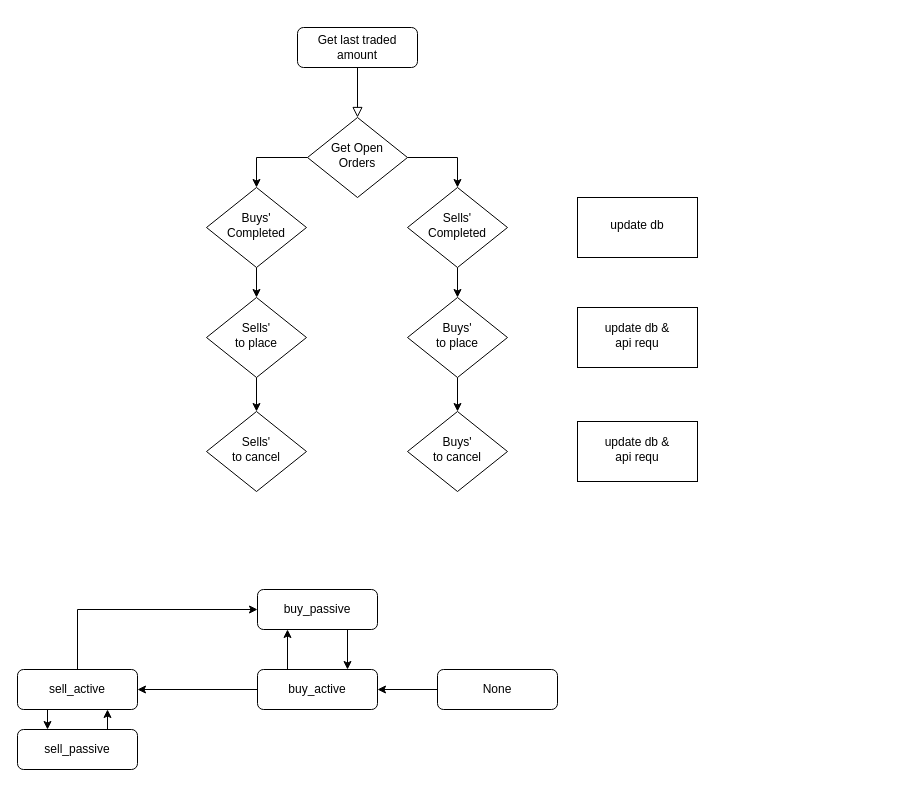
The draw.io diagram Trading bot process flow.drawio in Callaghan-Hattingh/trading-bot-5, before the edit. Source tidied: cells renumbered, new cells numbered last; positions are measured from the earlier drawing's top-left corner, leaving out a move shared by most shapes. Both pictures are drawn from the tidied source at 100%, with x=0, y=0 at pixel (17, 27).
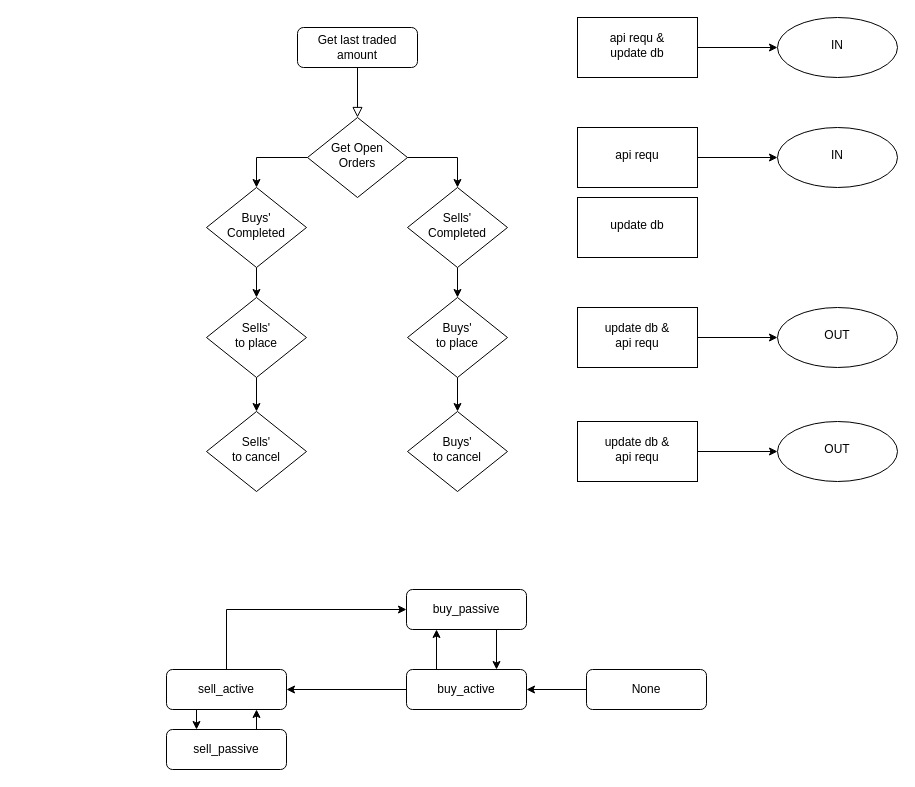
The same diagram, later.

The change refers to these unchanged cells:
```xml
<mxCell id="18" value="&lt;div&gt;update db &amp;amp;&lt;/div&gt;&lt;div&gt;api requ&lt;/div&gt;" style="whiteSpace=wrap;html=1;shadow=0;strokeWidth=1;spacing=6;spacingTop=-4;" parent="1" vertex="1">
  <mxGeometry x="560" y="280" width="120" height="60" as="geometry" />
</mxCell>
<mxCell id="19" value="&lt;div&gt;update db &amp;amp;&lt;/div&gt;&lt;div&gt;api requ&lt;br&gt;&lt;/div&gt;" style="whiteSpace=wrap;html=1;shadow=0;strokeWidth=1;spacing=6;spacingTop=-4;" parent="1" vertex="1">
  <mxGeometry x="560" y="394" width="120" height="60" as="geometry" />
</mxCell>
```

Diff of the diagram source:
```diff
@@
+    <mxCell id="32" style="edgeStyle=orthogonalEdgeStyle;rounded=0;jettySize=auto;html=1;" parent="1" edge="1" source="18" target="40">
+      <mxGeometry relative="1" as="geometry" />
+    </mxCell>
@@
+    <mxCell id="33" style="edgeStyle=orthogonalEdgeStyle;rounded=0;jettySize=auto;html=1;" parent="1" edge="1" source="19" target="41">
+      <mxGeometry relative="1" as="geometry" />
+    </mxCell>
@@
     <mxCell id="21" value="None" style="rounded=1;whiteSpace=wrap;html=1;fontSize=12;glass=0;strokeWidth=1;shadow=0;" parent="1" vertex="1">
-      <mxGeometry x="420" y="642" width="120" height="40" as="geometry" />
+      <mxGeometry x="569" y="642" width="120" height="40" as="geometry" />
     </mxCell>
@@
     <mxCell id="23" value="buy_passive" style="rounded=1;whiteSpace=wrap;html=1;fontSize=12;glass=0;strokeWidth=1;shadow=0;" parent="1" vertex="1">
-      <mxGeometry x="240" y="562" width="120" height="40" as="geometry" />
+      <mxGeometry x="389" y="562" width="120" height="40" as="geometry" />
     </mxCell>
@@
     <mxCell id="26" value="buy_active" style="rounded=1;whiteSpace=wrap;html=1;fontSize=12;glass=0;strokeWidth=1;shadow=0;" parent="1" vertex="1">
-      <mxGeometry x="240" y="642" width="120" height="40" as="geometry" />
+      <mxGeometry x="389" y="642" width="120" height="40" as="geometry" />
     </mxCell>
@@
     <mxCell id="29" value="sell_active" style="rounded=1;whiteSpace=wrap;html=1;fontSize=12;glass=0;strokeWidth=1;shadow=0;" parent="1" vertex="1">
-      <mxGeometry y="642" width="120" height="40" as="geometry" />
+      <mxGeometry x="149" y="642" width="120" height="40" as="geometry" />
     </mxCell>
@@
     <mxCell id="31" value="sell_passive" style="rounded=1;whiteSpace=wrap;html=1;fontSize=12;glass=0;strokeWidth=1;shadow=0;" parent="1" vertex="1">
-      <mxGeometry y="702" width="120" height="40" as="geometry" />
+      <mxGeometry x="149" y="702" width="120" height="40" as="geometry" />
     </mxCell>
+    <mxCell id="34" style="edgeStyle=orthogonalEdgeStyle;rounded=0;jettySize=auto;html=1;" parent="1" edge="1" source="35" target="39">
+      <mxGeometry relative="1" as="geometry" />
+    </mxCell>
+    <mxCell id="35" value="api requ" style="whiteSpace=wrap;html=1;shadow=0;strokeWidth=1;spacing=6;spacingTop=-4;" parent="1" vertex="1">
+      <mxGeometry x="560" y="100" width="120" height="60" as="geometry" />
+    </mxCell>
+    <mxCell id="36" style="edgeStyle=orthogonalEdgeStyle;rounded=0;jettySize=auto;html=1;" parent="1" edge="1" source="37" target="38">
+      <mxGeometry relative="1" as="geometry" />
+    </mxCell>
+    <mxCell id="37" value="&lt;div&gt;&lt;span&gt;api requ &amp;amp;&lt;/span&gt;&lt;br&gt;&lt;/div&gt;&lt;div&gt;&lt;span&gt;update db&lt;/span&gt;&lt;/div&gt;" style="whiteSpace=wrap;html=1;shadow=0;strokeWidth=1;spacing=6;spacingTop=-4;" parent="1" vertex="1">
+      <mxGeometry x="560" y="-10" width="120" height="60" as="geometry" />
+    </mxCell>
+    <mxCell id="38" value="IN" style="ellipse;whiteSpace=wrap;html=1;shadow=0;strokeWidth=1;spacing=6;spacingTop=-4;" parent="1" vertex="1">
+      <mxGeometry x="760" y="-10" width="120" height="60" as="geometry" />
+    </mxCell>
+    <mxCell id="39" value="IN" style="ellipse;whiteSpace=wrap;html=1;shadow=0;strokeWidth=1;spacing=6;spacingTop=-4;" parent="1" vertex="1">
+      <mxGeometry x="760" y="100" width="120" height="60" as="geometry" />
+    </mxCell>
+    <mxCell id="40" value="OUT" style="ellipse;whiteSpace=wrap;html=1;shadow=0;strokeWidth=1;spacing=6;spacingTop=-4;" parent="1" vertex="1">
+      <mxGeometry x="760" y="280" width="120" height="60" as="geometry" />
+    </mxCell>
+    <mxCell id="41" value="OUT" style="ellipse;whiteSpace=wrap;html=1;shadow=0;strokeWidth=1;spacing=6;spacingTop=-4;" parent="1" vertex="1">
+      <mxGeometry x="760" y="394" width="120" height="60" as="geometry" />
+    </mxCell>
```
